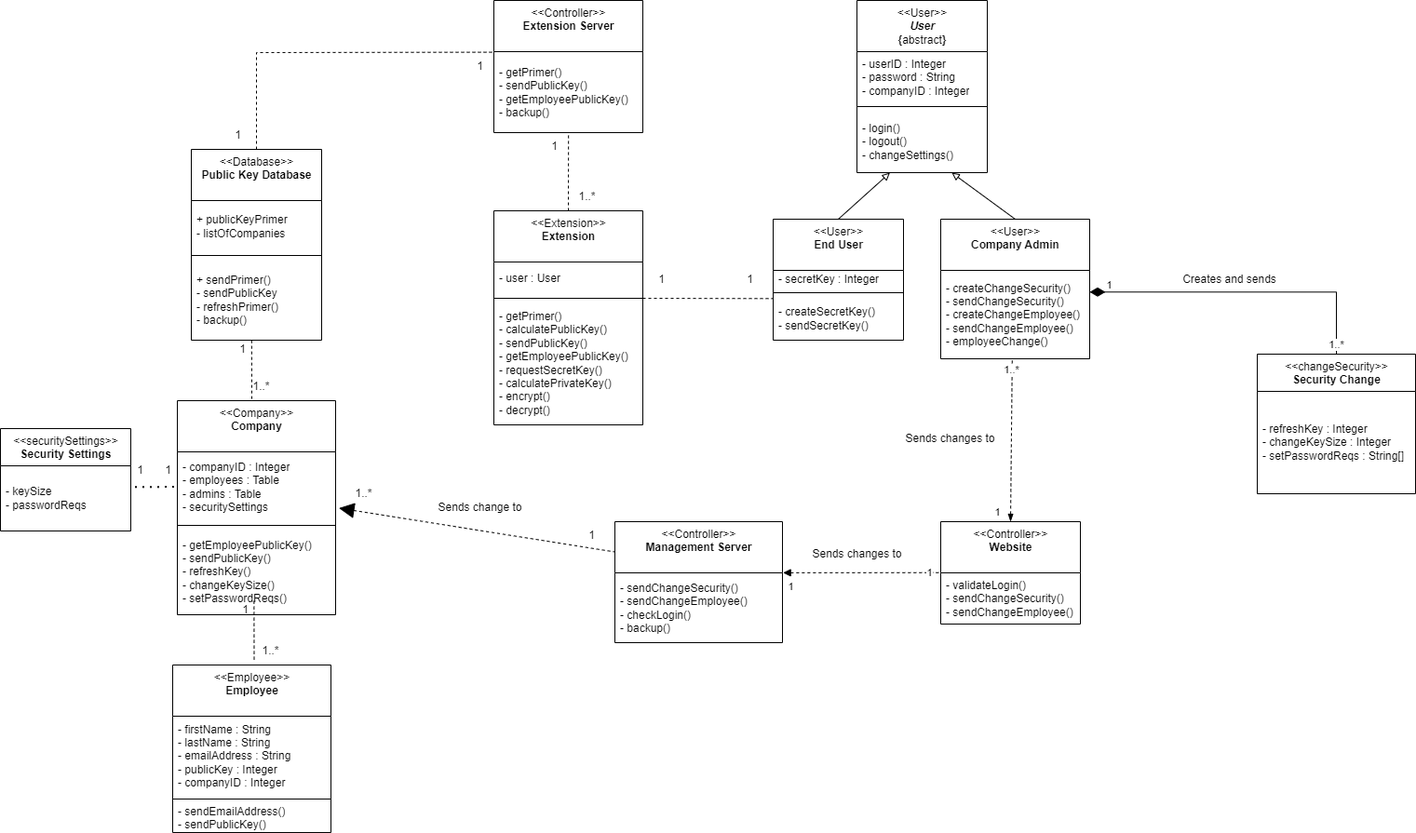
This is a3 UML Classes.drawio.png from dnguyen1648/software-engineering-proj, a draw.io export, as it was before one commit. Source tidied: cells renumbered, new cells last; positions are measured from the earlier drawing's top-left corner, leaving out a move shared by most shapes.
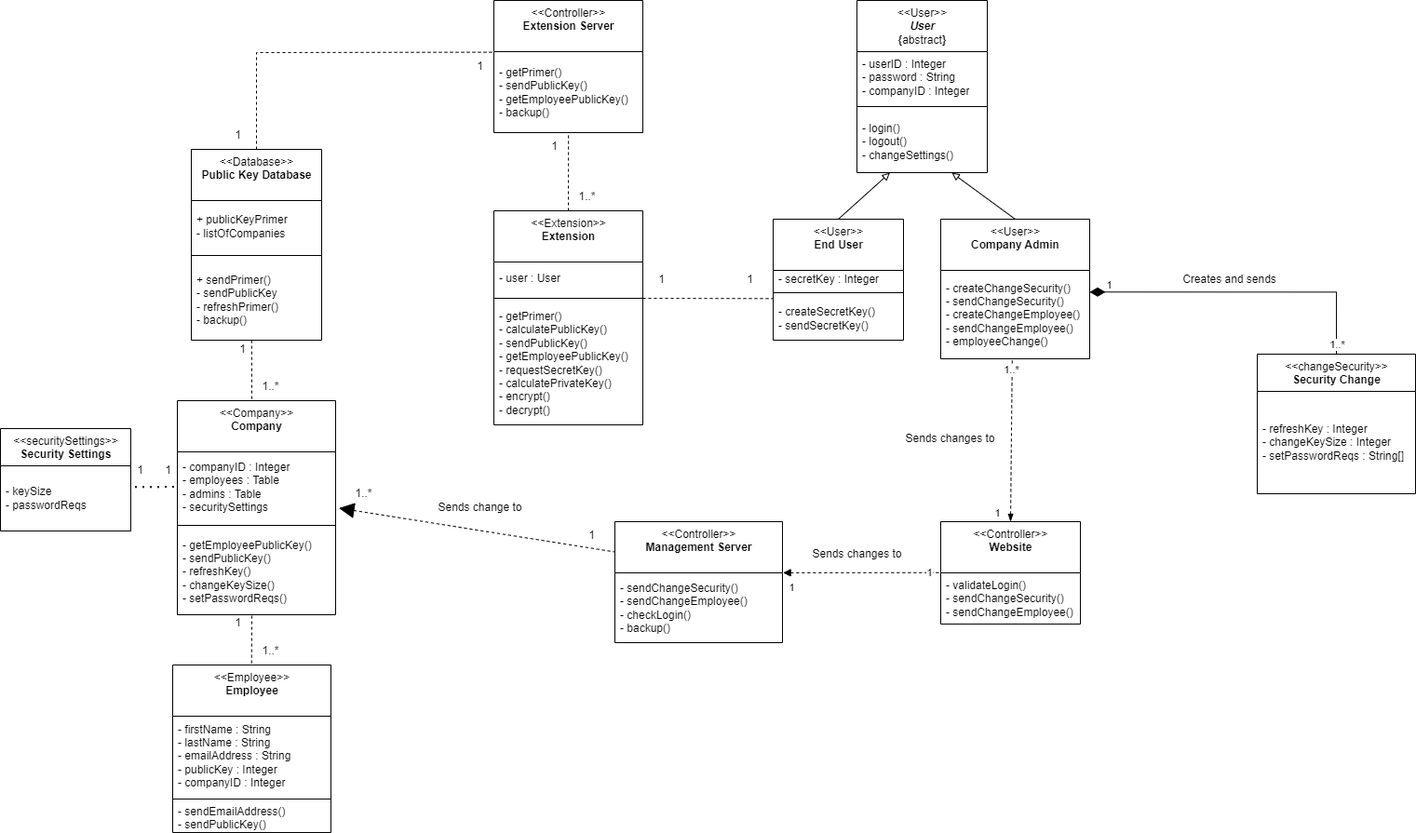
After the commit.

The edit, as a diff of the source:
```diff
@@ -207,16 +207,13 @@
       <mxGeometry x="245" y="360" width="30" height="30" as="geometry" />
     </mxCell>
     <mxCell id="65" value="1..*" style="text;html=1;align=center;verticalAlign=middle;strokeColor=none;fillColor=none;" parent="1" vertex="1">
-      <mxGeometry x="260" y="400" width="40" height="30" as="geometry" />
+      <mxGeometry x="270" y="400" width="40" height="30" as="geometry" />
     </mxCell>
-    <mxCell id="66" style="endArrow=none;dashed=1;html=1;rounded=0;startSize=14;endSize=12;elbow=vertical;exitX=0.499;exitY=1.002;exitDx=0;exitDy=0;exitPerimeter=0;entryX=0.5;entryY=0;entryDx=0;entryDy=0;" parent="1" edge="1">
-      <mxGeometry relative="1" as="geometry">
-        <mxPoint x="272.4" y="645.2" as="sourcePoint" />
-        <mxPoint x="272.5" y="710" as="targetPoint" />
-      </mxGeometry>
+    <mxCell id="66" style="endArrow=none;dashed=1;html=1;rounded=0;startSize=14;endSize=12;elbow=vertical;entryX=-0.007;entryY=0.991;entryDx=0;entryDy=0;exitX=0.471;exitY=1.012;exitDx=0;exitDy=0;exitPerimeter=0;entryPerimeter=0;" parent="1" edge="1" source="31" target="68">
+      <mxGeometry relative="1" as="geometry" />
     </mxCell>
     <mxCell id="67" value="1" style="text;html=1;align=center;verticalAlign=middle;strokeColor=none;fillColor=none;" parent="1" vertex="1">
-      <mxGeometry x="247.5" y="640" width="30" height="30" as="geometry" />
+      <mxGeometry x="240" y="654" width="30" height="30" as="geometry" />
     </mxCell>
     <mxCell id="68" value="1..*" style="text;html=1;align=center;verticalAlign=middle;points=[];strokeColor=none;fillColor=none;" parent="1" vertex="1">
       <mxGeometry x="270" y="684" width="40" height="30" as="geometry" />
```
